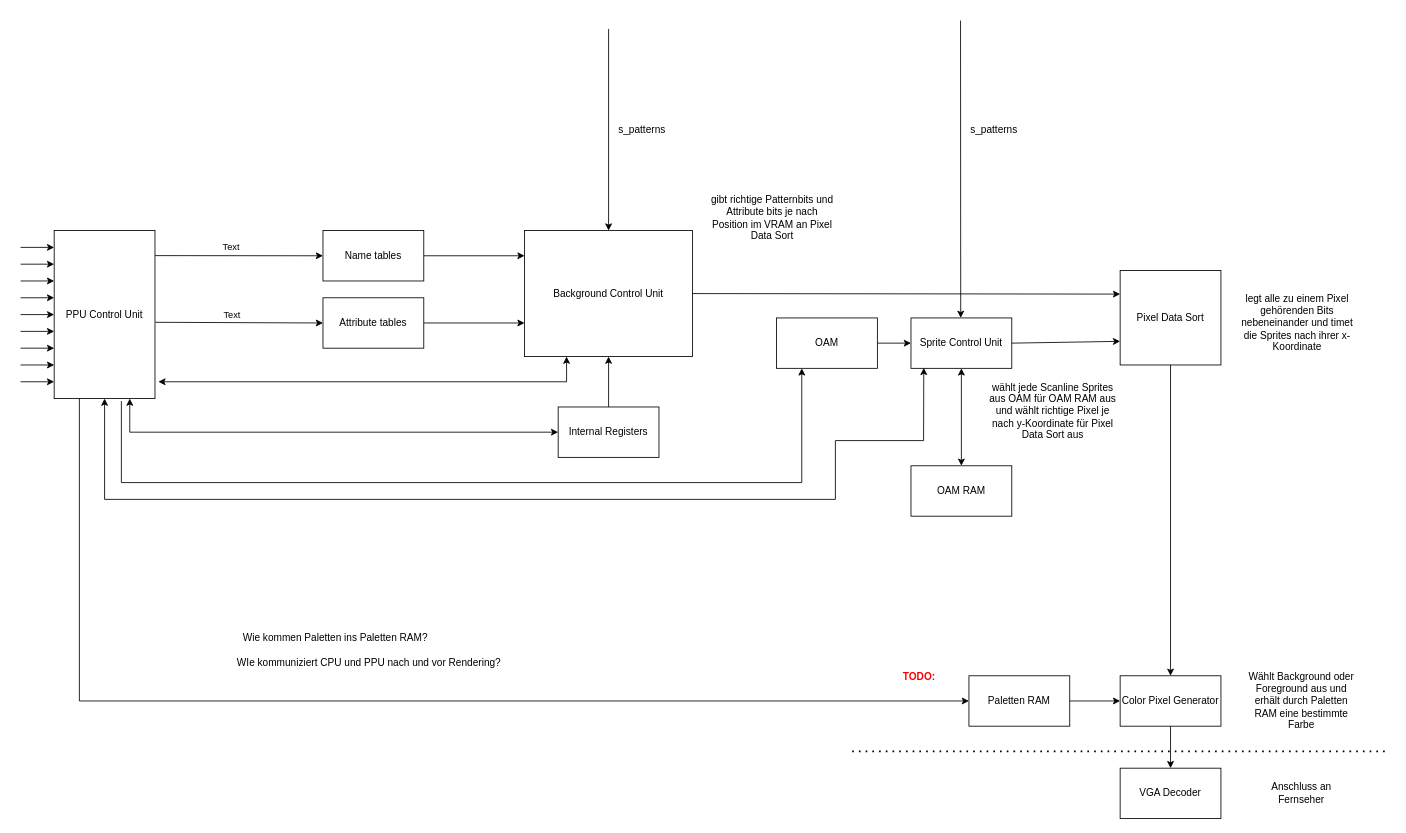
Earlier version of the draw.io diagram page "VHDL TopLevel PPU" (4 of 5) of docs/blockdiagram/HKA-NES_Blockschaltbild.drawio (jjw2202/HKA-NES). Source tidied: cells renumbered, new cells numbered last; positions are measured from the earlier drawing's top-left corner, leaving out a move shared by most shapes. Both pictures are drawn from the tidied source at 84%, with x=0, y=0 at pixel (20, 20).
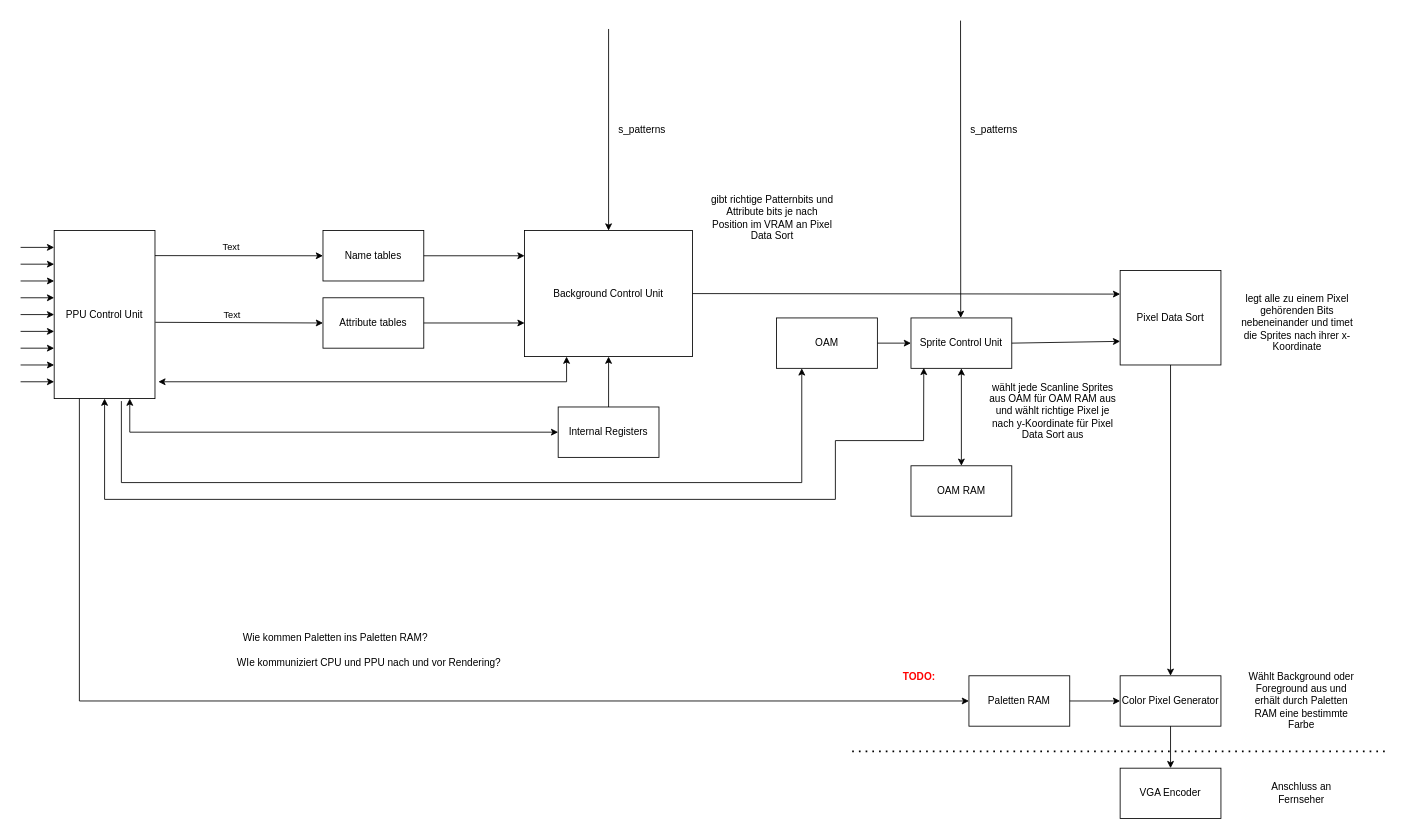
The same diagram, later.

The edit, as a diff of the source:
```diff
@@
-    <mxCell id="33" value="VGA Decoder" style="rounded=0;whiteSpace=wrap;html=1;" parent="1" vertex="1">
+    <mxCell id="33" value="VGA Encoder" style="rounded=0;whiteSpace=wrap;html=1;" parent="1" vertex="1">
       <mxGeometry x="1309" y="890" width="120" height="60" as="geometry" />
     </mxCell>
```
